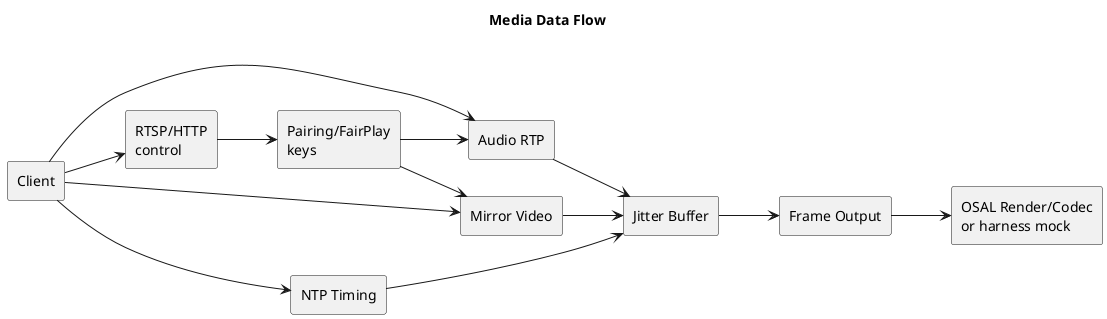
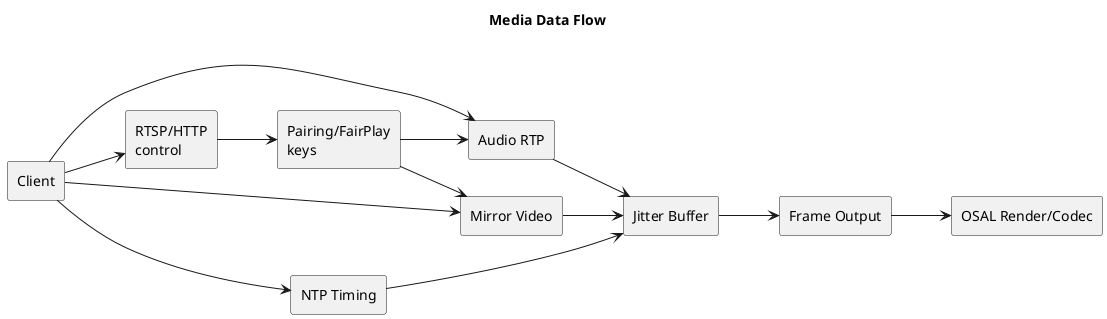
@startuml
title Media Data Flow

left to right direction

rectangle "Client" as Client
rectangle "RTSP/HTTP\ncontrol" as Control
rectangle "Pairing/FairPlay\nkeys" as Keys
rectangle "Audio RTP" as Audio
rectangle "Mirror Video" as Video
rectangle "NTP Timing" as Timing
rectangle "Jitter Buffer" as Buffer
rectangle "Frame Output" as Frames
- rectangle "OSAL Render/Codec\nor harness mock" as RenderCodec
+ rectangle "OSAL Render/Codec" as RenderCodec

Client --> Control
Control --> Keys
Keys --> Audio
Keys --> Video
Client --> Audio
Client --> Video
Client --> Timing
Timing --> Buffer
Audio --> Buffer
Video --> Buffer
Buffer --> Frames
Frames --> RenderCodec

@enduml
